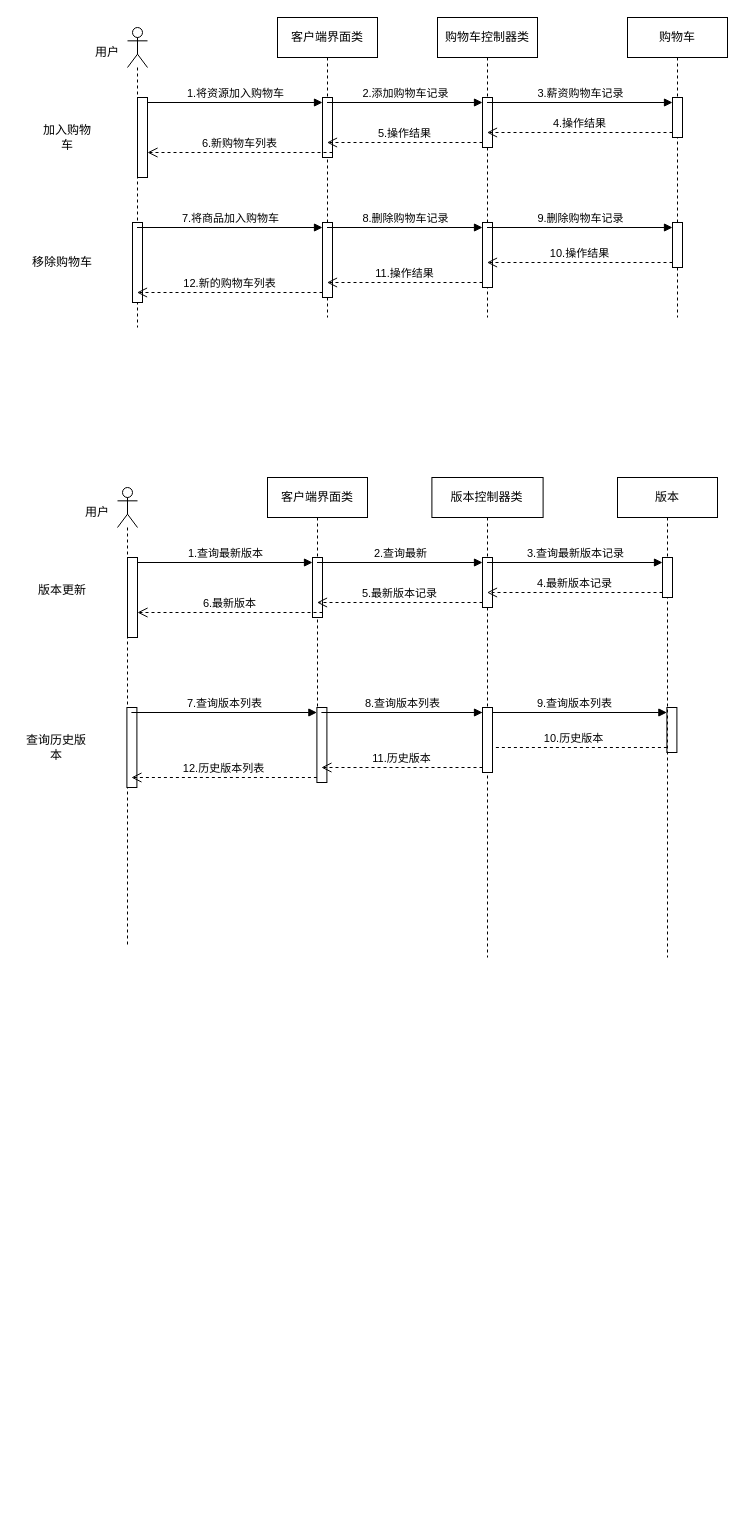
Earlier version of the draw.io diagram 毕设/顺序图.drawio (xiaoguokf/draw.io). Source tidied: cells renumbered, new cells numbered last; positions are measured from the earlier drawing's top-left corner, leaving out a move shared by most shapes. Both pictures are drawn from the tidied source at 100%, with x=0, y=0 at pixel (21, 17).
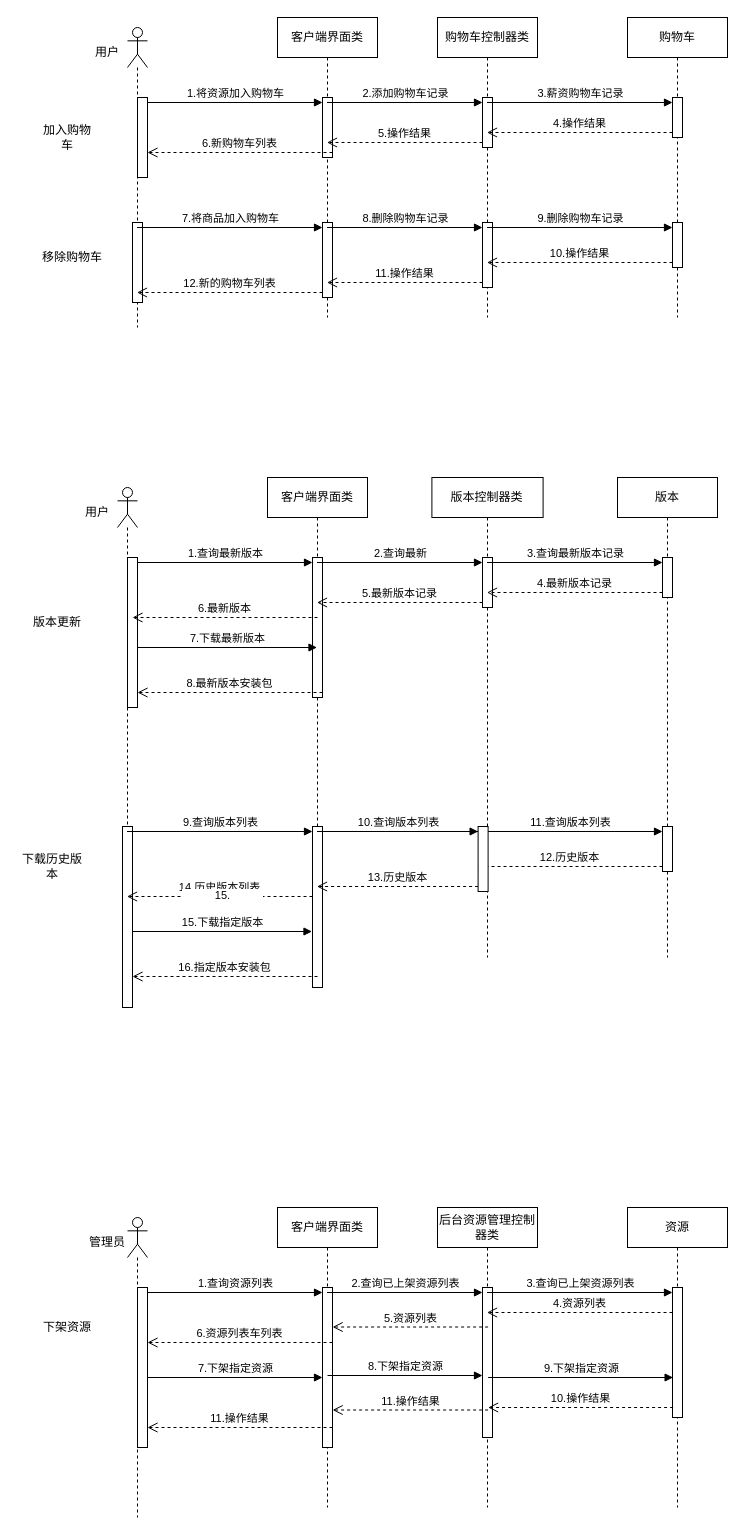
The same page after the edit.

Commit message (it also covers changes not shown here):
更新顺序图.drawio

Unchanged cells that the change refers to:
```xml
<mxCell id="29" style="shape=umlLifeline;perimeter=lifelinePerimeter;whiteSpace=wrap;html=1;newEdgeStyle={&quot;curved&quot;:0,&quot;rounded&quot;:0};participant=umlActor;" parent="1" vertex="1">
  <mxGeometry x="96" y="470" width="20" height="460" as="geometry" />
</mxCell>
<mxCell id="33" value="版本控制器类" style="shape=umlLifeline;perimeter=lifelinePerimeter;whiteSpace=wrap;html=1;outlineConnect=0;portConstraint=eastwest;newEdgeStyle={&quot;curved&quot;:0,&quot;rounded&quot;:0};" parent="1" vertex="1">
  <mxGeometry x="410.4" y="460" width="111.2" height="480" as="geometry" />
</mxCell>
<mxCell id="34" style="html=1;points=[[0,0,0,0,5],[0,1,0,0,-5],[1,0,0,0,5],[1,1,0,0,-5]];perimeter=orthogonalPerimeter;outlineConnect=0;targetShapes=umlLifeline;portConstraint=eastwest;newEdgeStyle={&quot;curved&quot;:0,&quot;rounded&quot;:0};" parent="33" vertex="1">
  <mxGeometry x="50.6" y="80" width="10" height="50" as="geometry" />
</mxCell>
```

The edit, as a diff of the source:
```diff
@@
     <mxCell id="22" value="移除购物车" style="text;html=1;align=center;verticalAlign=middle;whiteSpace=wrap;rounded=0;" parent="1" vertex="1">
-      <mxGeometry x="6" y="230" width="70" height="30" as="geometry" />
+      <mxGeometry x="16" y="225" width="70" height="30" as="geometry" />
     </mxCell>
@@
     <mxCell id="30" style="html=1;points=[[0,0,0,0,5],[0,1,0,0,-5],[1,0,0,0,5],[1,1,0,0,-5]];perimeter=orthogonalPerimeter;outlineConnect=0;targetShapes=umlLifeline;portConstraint=eastwest;newEdgeStyle={&quot;curved&quot;:0,&quot;rounded&quot;:0};" parent="29" vertex="1">
-      <mxGeometry x="10" y="70" width="10" height="80" as="geometry" />
+      <mxGeometry x="10" y="70" width="10" height="150" as="geometry" />
     </mxCell>
     <mxCell id="31" value="客户端界面类" style="shape=umlLifeline;perimeter=lifelinePerimeter;whiteSpace=wrap;html=1;outlineConnect=0;portConstraint=eastwest;newEdgeStyle={&quot;curved&quot;:0,&quot;rounded&quot;:0};" parent="1" vertex="1">
-      <mxGeometry x="246" y="460" width="100" height="300" as="geometry" />
+      <mxGeometry x="246" y="460" width="100" height="460" as="geometry" />
     </mxCell>
     <mxCell id="32" style="html=1;points=[[0,0,0,0,5],[0,1,0,0,-5],[1,0,0,0,5],[1,1,0,0,-5]];perimeter=orthogonalPerimeter;outlineConnect=0;targetShapes=umlLifeline;portConstraint=eastwest;newEdgeStyle={&quot;curved&quot;:0,&quot;rounded&quot;:0};" parent="31" vertex="1">
-      <mxGeometry x="45" y="80" width="10" height="60" as="geometry" />
+      <mxGeometry x="45" y="80" width="10" height="140" as="geometry" />
     </mxCell>
@@
+    <mxCell id="45" value="版本" style="shape=umlLifeline;perimeter=lifelinePerimeter;whiteSpace=wrap;html=1;newEdgeStyle={&quot;curved&quot;:0,&quot;rounded&quot;:0};" parent="1" vertex="1">
+      <mxGeometry x="596" y="460" width="100" height="480" as="geometry" />
+    </mxCell>
+    <mxCell id="46" style="html=1;points=[[0,0,0,0,5],[0,1,0,0,-5],[1,0,0,0,5],[1,1,0,0,-5]];perimeter=orthogonalPerimeter;outlineConnect=0;targetShapes=umlLifeline;portConstraint=eastwest;newEdgeStyle={&quot;curved&quot;:0,&quot;rounded&quot;:0};" parent="45" vertex="1">
+      <mxGeometry x="45" y="80" width="10" height="40" as="geometry" />
+    </mxCell>
+    <mxCell id="47" value="1.查询最新版本" style="html=1;verticalAlign=bottom;endArrow=block;curved=0;rounded=0;entryX=0;entryY=0;entryDx=0;entryDy=5;entryPerimeter=0;" parent="1" edge="1" source="30" target="32">
+      <mxGeometry relative="1" as="geometry" />
+    </mxCell>
+    <mxCell id="48" value="用户" style="text;html=1;align=center;verticalAlign=middle;whiteSpace=wrap;rounded=0;" parent="1" vertex="1">
+      <mxGeometry x="46" y="480" width="60" height="30" as="geometry" />
+    </mxCell>
+    <mxCell id="49" value="6.最新版本" style="html=1;verticalAlign=bottom;endArrow=open;dashed=1;endSize=8;curved=0;rounded=0;exitX=1;exitY=1;exitDx=0;exitDy=-5;" parent="1" edge="1">
+      <mxGeometry x="0.01" relative="1" as="geometry">
+        <mxPoint x="296" y="600" as="sourcePoint" />
+        <mxPoint x="111" y="600" as="targetPoint" />
+      </mxGeometry>
+    </mxCell>
+    <mxCell id="50" value="2.查询最新" style="html=1;verticalAlign=bottom;endArrow=block;curved=0;rounded=0;entryX=0;entryY=0;entryDx=0;entryDy=5;" parent="1" edge="1" source="31" target="34">
+      <mxGeometry relative="1" as="geometry" />
+    </mxCell>
+    <mxCell id="51" value="5.最新版本记录" style="html=1;verticalAlign=bottom;endArrow=open;dashed=1;endSize=8;curved=0;rounded=0;exitX=0;exitY=1;exitDx=0;exitDy=-5;" parent="1" edge="1" source="34" target="31">
+      <mxGeometry relative="1" as="geometry" />
+    </mxCell>
+    <mxCell id="52" value="3.查询最新版本记录" style="html=1;verticalAlign=bottom;endArrow=block;curved=0;rounded=0;entryX=0;entryY=0;entryDx=0;entryDy=5;" parent="1" edge="1" source="33" target="46">
+      <mxGeometry relative="1" as="geometry" />
+    </mxCell>
+    <mxCell id="53" value="4.最新版本记录" style="html=1;verticalAlign=bottom;endArrow=open;dashed=1;endSize=8;curved=0;rounded=0;exitX=0;exitY=1;exitDx=0;exitDy=-5;" parent="1" edge="1" source="46" target="33">
+      <mxGeometry relative="1" as="geometry" />
+    </mxCell>
-    <mxCell id="35" style="html=1;perimeter=orthogonalPerimeter;targetShapes=umlLifeline;newEdgeStyle={&quot;curved&quot;:0,&quot;rounded&quot;:0};" parent="33" vertex="1">
-      <mxGeometry x="-305" y="230" width="10" height="80" as="geometry" />
+    <mxCell id="35" style="html=1;perimeter=orthogonalPerimeter;targetShapes=umlLifeline;newEdgeStyle={&quot;curved&quot;:0,&quot;rounded&quot;:0};" parent="1" vertex="1">
+      <mxGeometry x="101" y="809" width="10" height="181" as="geometry" />
     </mxCell>
-    <mxCell id="36" style="html=1;points=[[0,0,0,0,5],[0,1,0,0,-5],[1,0,0,0,5],[1,1,0,0,-5]];perimeter=orthogonalPerimeter;outlineConnect=0;targetShapes=umlLifeline;portConstraint=eastwest;newEdgeStyle={&quot;curved&quot;:0,&quot;rounded&quot;:0};" parent="33" vertex="1">
-      <mxGeometry x="-115" y="230" width="10" height="75" as="geometry" />
+    <mxCell id="36" style="html=1;points=[[0,0,0,0,5],[0,1,0,0,-5],[1,0,0,0,5],[1,1,0,0,-5]];perimeter=orthogonalPerimeter;outlineConnect=0;targetShapes=umlLifeline;portConstraint=eastwest;newEdgeStyle={&quot;curved&quot;:0,&quot;rounded&quot;:0};" parent="1" vertex="1">
+      <mxGeometry x="291" y="809" width="10" height="161" as="geometry" />
     </mxCell>
-    <mxCell id="37" style="html=1;points=[[0,0,0,0,5],[0,1,0,0,-5],[1,0,0,0,5],[1,1,0,0,-5]];perimeter=orthogonalPerimeter;outlineConnect=0;targetShapes=umlLifeline;portConstraint=eastwest;newEdgeStyle={&quot;curved&quot;:0,&quot;rounded&quot;:0};" parent="33" vertex="1">
-      <mxGeometry x="235" y="230" width="10" height="45" as="geometry" />
+    <mxCell id="37" style="html=1;points=[[0,0,0,0,5],[0,1,0,0,-5],[1,0,0,0,5],[1,1,0,0,-5]];perimeter=orthogonalPerimeter;outlineConnect=0;targetShapes=umlLifeline;portConstraint=eastwest;newEdgeStyle={&quot;curved&quot;:0,&quot;rounded&quot;:0};" parent="1" vertex="1">
+      <mxGeometry x="641" y="809" width="10" height="45" as="geometry" />
     </mxCell>
-    <mxCell id="38" value="查询历史版本" style="text;html=1;align=center;verticalAlign=middle;whiteSpace=wrap;rounded=0;" parent="33" vertex="1">
-      <mxGeometry x="-410" y="255" width="70" height="30" as="geometry" />
+    <mxCell id="38" value="下载历史版本" style="text;html=1;align=center;verticalAlign=middle;whiteSpace=wrap;rounded=0;" parent="1" vertex="1">
+      <mxGeometry x="-4" y="834" width="70" height="30" as="geometry" />
     </mxCell>
-    <mxCell id="39" value="7.查询版本列表" style="html=1;verticalAlign=bottom;endArrow=block;curved=0;rounded=0;entryX=0;entryY=0;entryDx=0;entryDy=5;" parent="33" edge="1" target="36">
+    <mxCell id="39" value="9.查询版本列表" style="html=1;verticalAlign=bottom;endArrow=block;curved=0;rounded=0;entryX=0;entryY=0;entryDx=0;entryDy=5;" parent="1" edge="1" target="36">
       <mxGeometry relative="1" as="geometry">
-        <mxPoint x="-300.5" y="235" as="sourcePoint" />
+        <mxPoint x="105.5" y="814" as="sourcePoint" />
       </mxGeometry>
     </mxCell>
-    <mxCell id="40" value="12.历史版本列表" style="html=1;verticalAlign=bottom;endArrow=open;dashed=1;endSize=8;curved=0;rounded=0;exitX=0;exitY=1;exitDx=0;exitDy=-5;" parent="33" edge="1" source="36">
+    <mxCell id="40" value="14.历史版本列表" style="html=1;verticalAlign=bottom;endArrow=open;dashed=1;endSize=8;curved=0;rounded=0;" parent="1" edge="1" source="36">
       <mxGeometry relative="1" as="geometry">
-        <mxPoint x="-300.5" y="300" as="targetPoint" />
+        <mxPoint x="105.5" y="879" as="targetPoint" />
       </mxGeometry>
     </mxCell>
-    <mxCell id="41" value="8.查询版本列表" style="html=1;verticalAlign=bottom;endArrow=block;curved=0;rounded=0;entryX=0;entryY=0;entryDx=0;entryDy=5;" parent="33" edge="1" target="55">
+    <mxCell id="41" value="10.查询版本列表" style="html=1;verticalAlign=bottom;endArrow=block;curved=0;rounded=0;entryX=0;entryY=0;entryDx=0;entryDy=5;" parent="1" edge="1" target="55">
       <mxGeometry relative="1" as="geometry">
-        <mxPoint x="-110.5" y="235" as="sourcePoint" />
+        <mxPoint x="295.5" y="814" as="sourcePoint" />
       </mxGeometry>
     </mxCell>
-    <mxCell id="42" value="11.历史版本" style="html=1;verticalAlign=bottom;endArrow=open;dashed=1;endSize=8;curved=0;rounded=0;exitX=0;exitY=1;exitDx=0;exitDy=-5;" parent="33" edge="1" source="55">
+    <mxCell id="42" value="13.历史版本" style="html=1;verticalAlign=bottom;endArrow=open;dashed=1;endSize=8;curved=0;rounded=0;exitX=0;exitY=1;exitDx=0;exitDy=-5;" parent="1" edge="1" source="55">
       <mxGeometry relative="1" as="geometry">
-        <mxPoint x="-110.5" y="290" as="targetPoint" />
+        <mxPoint x="295.5" y="869" as="targetPoint" />
       </mxGeometry>
     </mxCell>
-    <mxCell id="43" value="9.查询版本列表" style="html=1;verticalAlign=bottom;endArrow=block;curved=0;rounded=0;entryX=0;entryY=0;entryDx=0;entryDy=5;" parent="33" edge="1" target="37">
+    <mxCell id="43" value="11.查询版本列表" style="html=1;verticalAlign=bottom;endArrow=block;curved=0;rounded=0;entryX=0;entryY=0;entryDx=0;entryDy=5;" parent="1" edge="1" target="37">
       <mxGeometry relative="1" as="geometry">
-        <mxPoint x="49.5" y="235" as="sourcePoint" />
+        <mxPoint x="455.5" y="814" as="sourcePoint" />
       </mxGeometry>
     </mxCell>
-    <mxCell id="44" value="10.历史版本" style="html=1;verticalAlign=bottom;endArrow=open;dashed=1;endSize=8;curved=0;rounded=0;exitX=0;exitY=1;exitDx=0;exitDy=-5;" parent="33" edge="1" source="37">
+    <mxCell id="44" value="12.历史版本" style="html=1;verticalAlign=bottom;endArrow=open;dashed=1;endSize=8;curved=0;rounded=0;exitX=0;exitY=1;exitDx=0;exitDy=-5;" parent="1" edge="1" source="37">
       <mxGeometry relative="1" as="geometry">
-        <mxPoint x="49.5" y="270" as="targetPoint" />
+        <mxPoint x="455.5" y="849" as="targetPoint" />
       </mxGeometry>
     </mxCell>
-    <mxCell id="45" value="版本" style="shape=umlLifeline;perimeter=lifelinePerimeter;whiteSpace=wrap;html=1;newEdgeStyle={&quot;curved&quot;:0,&quot;rounded&quot;:0};" parent="1" vertex="1">
-      <mxGeometry x="596" y="460" width="100" height="480" as="geometry" />
-    </mxCell>
-    <mxCell id="46" style="html=1;points=[[0,0,0,0,5],[0,1,0,0,-5],[1,0,0,0,5],[1,1,0,0,-5]];perimeter=orthogonalPerimeter;outlineConnect=0;targetShapes=umlLifeline;portConstraint=eastwest;newEdgeStyle={&quot;curved&quot;:0,&quot;rounded&quot;:0};" parent="45" vertex="1">
-      <mxGeometry x="45" y="80" width="10" height="40" as="geometry" />
-    </mxCell>
-    <mxCell id="47" value="1.查询最新版本" style="html=1;verticalAlign=bottom;endArrow=block;curved=0;rounded=0;entryX=0;entryY=0;entryDx=0;entryDy=5;entryPerimeter=0;" parent="1" edge="1" source="30" target="32">
-      <mxGeometry relative="1" as="geometry" />
-    </mxCell>
-    <mxCell id="48" value="用户" style="text;html=1;align=center;verticalAlign=middle;whiteSpace=wrap;rounded=0;" parent="1" vertex="1">
-      <mxGeometry x="46" y="480" width="60" height="30" as="geometry" />
-    </mxCell>
-    <mxCell id="49" value="6.最新版本" style="html=1;verticalAlign=bottom;endArrow=open;dashed=1;endSize=8;curved=0;rounded=0;exitX=1;exitY=1;exitDx=0;exitDy=-5;" parent="1" edge="1" source="32" target="30">
-      <mxGeometry x="0.01" relative="1" as="geometry" />
-    </mxCell>
-    <mxCell id="50" value="2.查询最新" style="html=1;verticalAlign=bottom;endArrow=block;curved=0;rounded=0;entryX=0;entryY=0;entryDx=0;entryDy=5;" parent="1" edge="1" source="31" target="34">
-      <mxGeometry relative="1" as="geometry" />
-    </mxCell>
-    <mxCell id="51" value="5.最新版本记录" style="html=1;verticalAlign=bottom;endArrow=open;dashed=1;endSize=8;curved=0;rounded=0;exitX=0;exitY=1;exitDx=0;exitDy=-5;" parent="1" edge="1" source="34" target="31">
-      <mxGeometry relative="1" as="geometry" />
-    </mxCell>
-    <mxCell id="52" value="3.查询最新版本记录" style="html=1;verticalAlign=bottom;endArrow=block;curved=0;rounded=0;entryX=0;entryY=0;entryDx=0;entryDy=5;" parent="1" edge="1" source="33" target="46">
-      <mxGeometry relative="1" as="geometry" />
-    </mxCell>
-    <mxCell id="53" value="4.最新版本记录" style="html=1;verticalAlign=bottom;endArrow=open;dashed=1;endSize=8;curved=0;rounded=0;exitX=0;exitY=1;exitDx=0;exitDy=-5;" parent="1" edge="1" source="46" target="33">
-      <mxGeometry relative="1" as="geometry" />
-    </mxCell>
+    <mxCell id="55" style="html=1;points=[[0,0,0,0,5],[0,1,0,0,-5],[1,0,0,0,5],[1,1,0,0,-5]];perimeter=orthogonalPerimeter;outlineConnect=0;targetShapes=umlLifeline;portConstraint=eastwest;newEdgeStyle={&quot;curved&quot;:0,&quot;rounded&quot;:0};" parent="1" vertex="1">
+      <mxGeometry x="456.6" y="809" width="10" height="65" as="geometry" />
+    </mxCell>
+    <mxCell id="56" value="7.下载最新版本" style="html=1;verticalAlign=bottom;endArrow=block;curved=0;rounded=0;" parent="1" edge="1">
+      <mxGeometry relative="1" as="geometry">
+        <mxPoint x="116" y="630" as="sourcePoint" />
+        <mxPoint x="295.5" y="630" as="targetPoint" />
+      </mxGeometry>
+    </mxCell>
+    <mxCell id="57" value="8.最新版本安装包" style="html=1;verticalAlign=bottom;endArrow=open;dashed=1;endSize=8;curved=0;rounded=0;exitX=1;exitY=1;exitDx=0;exitDy=-5;exitPerimeter=0;" parent="1" edge="1" source="32" target="30">
+      <mxGeometry relative="1" as="geometry" />
+    </mxCell>
     <mxCell id="54" value="版本更新" style="text;html=1;align=center;verticalAlign=middle;whiteSpace=wrap;rounded=0;" parent="1" vertex="1">
-      <mxGeometry x="1" y="560" width="80" height="25" as="geometry" />
+      <mxGeometry x="6" y="590" width="60" height="30" as="geometry" />
     </mxCell>
-    <mxCell id="55" style="html=1;points=[[0,0,0,0,5],[0,1,0,0,-5],[1,0,0,0,5],[1,1,0,0,-5]];perimeter=orthogonalPerimeter;outlineConnect=0;targetShapes=umlLifeline;portConstraint=eastwest;newEdgeStyle={&quot;curved&quot;:0,&quot;rounded&quot;:0};" parent="1" vertex="1">
-      <mxGeometry x="461" y="690" width="10" height="65" as="geometry" />
-    </mxCell>
+    <mxCell id="58" value="15.&lt;div&gt;&lt;br&gt;&lt;/div&gt;&lt;div&gt;15.下载指定版本&lt;/div&gt;" style="html=1;verticalAlign=bottom;endArrow=block;curved=0;rounded=0;" parent="1" edge="1">
+      <mxGeometry relative="1" as="geometry">
+        <mxPoint x="111" y="914" as="sourcePoint" />
+        <mxPoint x="290.5" y="914" as="targetPoint" />
+      </mxGeometry>
+    </mxCell>
+    <mxCell id="59" value="16.指定版本安装包" style="html=1;verticalAlign=bottom;endArrow=open;dashed=1;endSize=8;curved=0;rounded=0;exitX=1;exitY=1;exitDx=0;exitDy=-5;exitPerimeter=0;" parent="1" edge="1">
+      <mxGeometry relative="1" as="geometry">
+        <mxPoint x="296" y="959" as="sourcePoint" />
+        <mxPoint x="111" y="959" as="targetPoint" />
+      </mxGeometry>
+    </mxCell>
+    <mxCell id="60" style="shape=umlLifeline;perimeter=lifelinePerimeter;whiteSpace=wrap;html=1;newEdgeStyle={&quot;curved&quot;:0,&quot;rounded&quot;:0};participant=umlActor;" parent="1" vertex="1">
+      <mxGeometry x="106" y="1200" width="20" height="300" as="geometry" />
+    </mxCell>
+    <mxCell id="61" style="html=1;points=[[0,0,0,0,5],[0,1,0,0,-5],[1,0,0,0,5],[1,1,0,0,-5]];perimeter=orthogonalPerimeter;outlineConnect=0;targetShapes=umlLifeline;portConstraint=eastwest;newEdgeStyle={&quot;curved&quot;:0,&quot;rounded&quot;:0};" parent="60" vertex="1">
+      <mxGeometry x="10" y="70" width="10" height="160" as="geometry" />
+    </mxCell>
+    <mxCell id="62" value="客户端界面类" style="shape=umlLifeline;perimeter=lifelinePerimeter;whiteSpace=wrap;html=1;outlineConnect=0;portConstraint=eastwest;newEdgeStyle={&quot;curved&quot;:0,&quot;rounded&quot;:0};" parent="1" vertex="1">
+      <mxGeometry x="256" y="1190" width="100" height="300" as="geometry" />
+    </mxCell>
+    <mxCell id="63" style="html=1;points=[[0,0,0,0,5],[0,1,0,0,-5],[1,0,0,0,5],[1,1,0,0,-5]];perimeter=orthogonalPerimeter;outlineConnect=0;targetShapes=umlLifeline;portConstraint=eastwest;newEdgeStyle={&quot;curved&quot;:0,&quot;rounded&quot;:0};" parent="62" vertex="1">
+      <mxGeometry x="45" y="80" width="10" height="160" as="geometry" />
+    </mxCell>
+    <mxCell id="64" value="后台资源管理控制器类" style="shape=umlLifeline;perimeter=lifelinePerimeter;whiteSpace=wrap;html=1;outlineConnect=0;portConstraint=eastwest;newEdgeStyle={&quot;curved&quot;:0,&quot;rounded&quot;:0};" parent="1" vertex="1">
+      <mxGeometry x="416" y="1190" width="100" height="300" as="geometry" />
+    </mxCell>
+    <mxCell id="65" style="html=1;points=[[0,0,0,0,5],[0,1,0,0,-5],[1,0,0,0,5],[1,1,0,0,-5]];perimeter=orthogonalPerimeter;outlineConnect=0;targetShapes=umlLifeline;portConstraint=eastwest;newEdgeStyle={&quot;curved&quot;:0,&quot;rounded&quot;:0};" parent="64" vertex="1">
+      <mxGeometry x="45" y="80" width="10" height="150" as="geometry" />
+    </mxCell>
+    <mxCell id="66" value="资源" style="shape=umlLifeline;perimeter=lifelinePerimeter;whiteSpace=wrap;html=1;newEdgeStyle={&quot;curved&quot;:0,&quot;rounded&quot;:0};" parent="1" vertex="1">
+      <mxGeometry x="606" y="1190" width="100" height="300" as="geometry" />
+    </mxCell>
+    <mxCell id="67" style="html=1;points=[[0,0,0,0,5],[0,1,0,0,-5],[1,0,0,0,5],[1,1,0,0,-5]];perimeter=orthogonalPerimeter;outlineConnect=0;targetShapes=umlLifeline;portConstraint=eastwest;newEdgeStyle={&quot;curved&quot;:0,&quot;rounded&quot;:0};" parent="66" vertex="1">
+      <mxGeometry x="45" y="80" width="10" height="130" as="geometry" />
+    </mxCell>
+    <mxCell id="68" value="1.查询资源列表" style="html=1;verticalAlign=bottom;endArrow=block;curved=0;rounded=0;entryX=0;entryY=0;entryDx=0;entryDy=5;entryPerimeter=0;" parent="1" edge="1" source="61" target="63">
+      <mxGeometry relative="1" as="geometry" />
+    </mxCell>
+    <mxCell id="69" value="管理员" style="text;html=1;align=center;verticalAlign=middle;whiteSpace=wrap;rounded=0;" parent="1" vertex="1">
+      <mxGeometry x="56" y="1210" width="60" height="30" as="geometry" />
+    </mxCell>
+    <mxCell id="70" value="6.资源列表车列表" style="html=1;verticalAlign=bottom;endArrow=open;dashed=1;endSize=8;curved=0;rounded=0;exitX=1;exitY=1;exitDx=0;exitDy=-5;" parent="1" edge="1">
+      <mxGeometry relative="1" as="geometry">
+        <mxPoint x="311" y="1325" as="sourcePoint" />
+        <mxPoint x="126" y="1325" as="targetPoint" />
+      </mxGeometry>
+    </mxCell>
+    <mxCell id="71" value="2.查询已上架资源列表" style="html=1;verticalAlign=bottom;endArrow=block;curved=0;rounded=0;entryX=0;entryY=0;entryDx=0;entryDy=5;" parent="1" edge="1" source="62" target="65">
+      <mxGeometry relative="1" as="geometry" />
+    </mxCell>
+    <mxCell id="72" value="5.资源列表" style="html=1;verticalAlign=bottom;endArrow=open;dashed=1;endSize=8;curved=0;rounded=0;exitX=0;exitY=1;exitDx=0;exitDy=-5;" parent="1" edge="1">
+      <mxGeometry relative="1" as="geometry">
+        <mxPoint x="466.6" y="1309.5" as="sourcePoint" />
+        <mxPoint x="311.1" y="1309.5" as="targetPoint" />
+      </mxGeometry>
+    </mxCell>
+    <mxCell id="73" value="3.查询已上架资源列表" style="html=1;verticalAlign=bottom;endArrow=block;curved=0;rounded=0;entryX=0;entryY=0;entryDx=0;entryDy=5;" parent="1" edge="1" source="64" target="67">
+      <mxGeometry relative="1" as="geometry" />
+    </mxCell>
+    <mxCell id="74" value="4.资源列表" style="html=1;verticalAlign=bottom;endArrow=open;dashed=1;endSize=8;curved=0;rounded=0;exitX=0;exitY=1;exitDx=0;exitDy=-5;" parent="1" edge="1">
+      <mxGeometry relative="1" as="geometry">
+        <mxPoint x="651" y="1295" as="sourcePoint" />
+        <mxPoint x="465.5" y="1295" as="targetPoint" />
+      </mxGeometry>
+    </mxCell>
+    <mxCell id="75" value="下架资源" style="text;html=1;align=center;verticalAlign=middle;whiteSpace=wrap;rounded=0;" parent="1" vertex="1">
+      <mxGeometry x="16" y="1295" width="60" height="30" as="geometry" />
+    </mxCell>
+    <mxCell id="76" value="7.下架指定资源" style="html=1;verticalAlign=bottom;endArrow=block;curved=0;rounded=0;entryX=0;entryY=0;entryDx=0;entryDy=5;entryPerimeter=0;" parent="1" edge="1">
+      <mxGeometry relative="1" as="geometry">
+        <mxPoint x="126" y="1360" as="sourcePoint" />
+        <mxPoint x="301" y="1360" as="targetPoint" />
+      </mxGeometry>
+    </mxCell>
+    <mxCell id="77" value="11.操作结果" style="html=1;verticalAlign=bottom;endArrow=open;dashed=1;endSize=8;curved=0;rounded=0;exitX=1;exitY=1;exitDx=0;exitDy=-5;" parent="1" edge="1">
+      <mxGeometry relative="1" as="geometry">
+        <mxPoint x="311" y="1410" as="sourcePoint" />
+        <mxPoint x="126" y="1410" as="targetPoint" />
+      </mxGeometry>
+    </mxCell>
+    <mxCell id="78" value="8.下架指定资源" style="html=1;verticalAlign=bottom;endArrow=block;curved=0;rounded=0;entryX=0;entryY=0;entryDx=0;entryDy=5;" parent="1" edge="1">
+      <mxGeometry relative="1" as="geometry">
+        <mxPoint x="306" y="1358" as="sourcePoint" />
+        <mxPoint x="461" y="1358" as="targetPoint" />
+      </mxGeometry>
+    </mxCell>
+    <mxCell id="79" value="11.操作结果" style="html=1;verticalAlign=bottom;endArrow=open;dashed=1;endSize=8;curved=0;rounded=0;exitX=0;exitY=1;exitDx=0;exitDy=-5;" parent="1" edge="1">
+      <mxGeometry relative="1" as="geometry">
+        <mxPoint x="466.6" y="1392.5" as="sourcePoint" />
+        <mxPoint x="311.1" y="1392.5" as="targetPoint" />
+      </mxGeometry>
+    </mxCell>
+    <mxCell id="80" value="9.下架指定资源" style="html=1;verticalAlign=bottom;endArrow=block;curved=0;rounded=0;entryX=0;entryY=0;entryDx=0;entryDy=5;" parent="1" edge="1">
+      <mxGeometry relative="1" as="geometry">
+        <mxPoint x="466.6" y="1360" as="sourcePoint" />
+        <mxPoint x="651.6" y="1360" as="targetPoint" />
+      </mxGeometry>
+    </mxCell>
+    <mxCell id="81" value="10.操作结果" style="html=1;verticalAlign=bottom;endArrow=open;dashed=1;endSize=8;curved=0;rounded=0;exitX=0;exitY=1;exitDx=0;exitDy=-5;" parent="1" edge="1">
+      <mxGeometry relative="1" as="geometry">
+        <mxPoint x="651.6" y="1390" as="sourcePoint" />
+        <mxPoint x="466.6" y="1390" as="targetPoint" />
+      </mxGeometry>
+    </mxCell>
```
